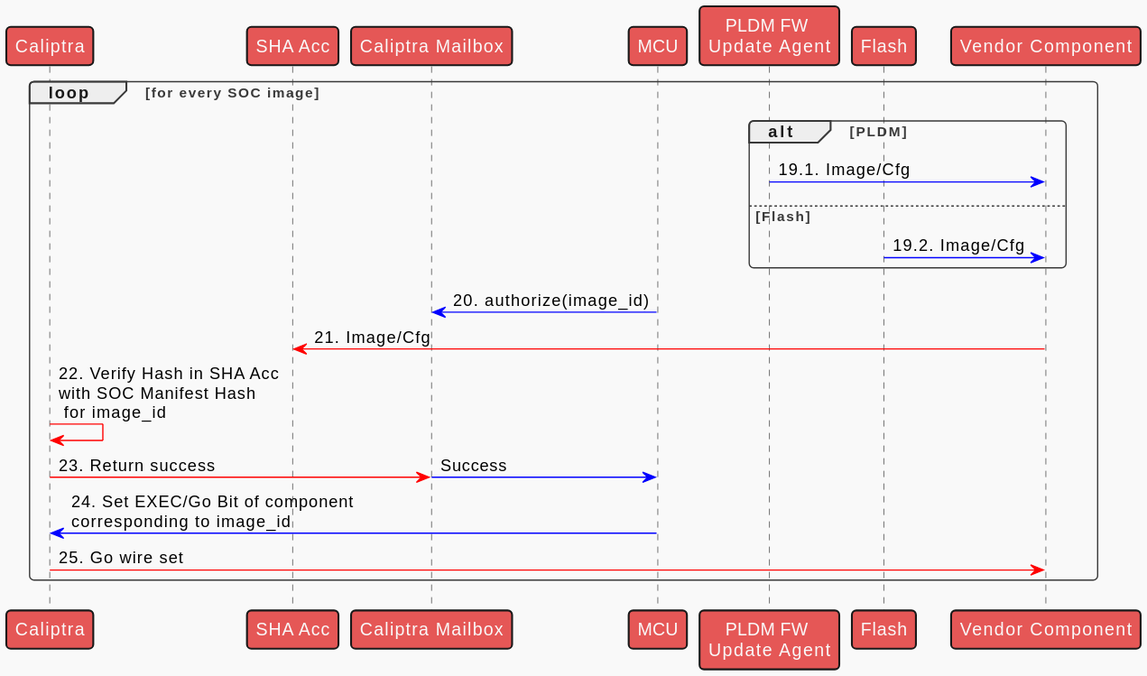
This is docs/src/images/image_loading_sequence_loop.svg from zhalvorsen/caliptra-mcu-sw, a PlantUML export, as it was before one commit. Source of this version:
```plantuml
@startuml
!theme mars
participant "Caliptra" as Caliptra
participant "SHA Acc" as SHA
participant "Caliptra Mailbox" as Mailbox
participant "MCU" as MCU


participant "PLDM FW \nUpdate Agent" as PLDM
participant "Flash" as Flash
participant "Vendor Component" as component



loop for every SOC image
alt PLDM
!pragma teoz true
PLDM-[#blue]>component: 19.1. Image/Cfg

else Flash
Flash-[#blue]>component: 19.2. Image/Cfg
end
MCU-[#blue]>Mailbox: 20. authorize(image_id)
component-[#red]>SHA: 21. Image/Cfg
Caliptra-[#red]>Caliptra: 22. Verify Hash in SHA Acc \nwith SOC Manifest Hash\n for image_id
!pragma teoz true
Caliptra-[#red]>Mailbox: 23. Return success
& Mailbox-[#blue]>MCU: Success
MCU-[#blue]>Caliptra: 24. Set EXEC/Go Bit of component\ncorresponding to image_id
Caliptra-[#red]>component: 25. Go wire set
end loop
@enduml
```
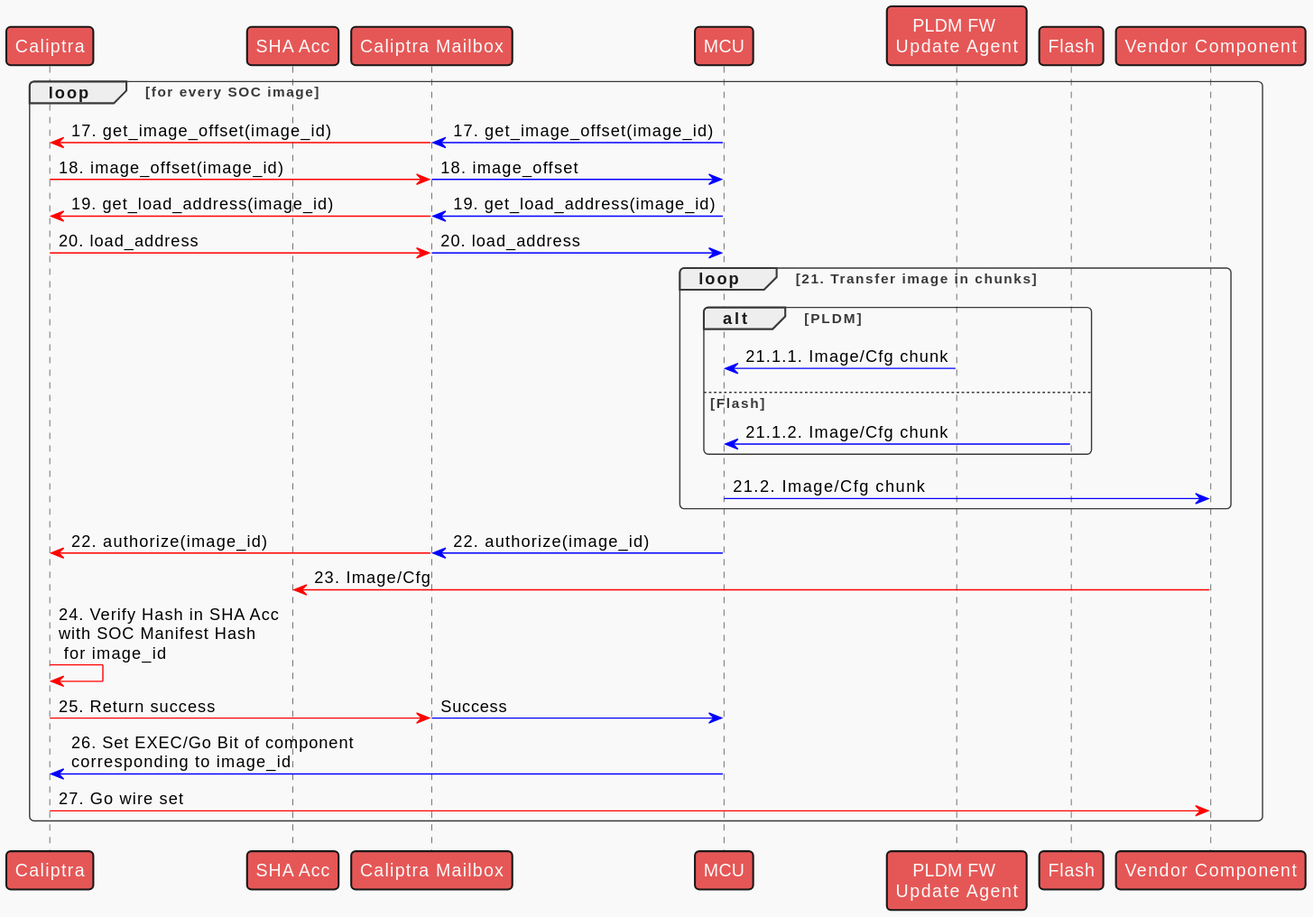
Above is the later version.

What changed in the source:
```diff
@@ -13,20 +13,36 @@
 
 
 loop for every SOC image
+
+MCU-[#blue]>Mailbox: 17. get_image_offset(image_id)
+& Mailbox-[#red]>Caliptra:  17. get_image_offset(image_id)
+
+Caliptra-[#red]>Mailbox: 18. image_offset(image_id)
+& Mailbox-[#blue]>MCU: 18. image_offset
+
+MCU-[#blue]>Mailbox: 19. get_load_address(image_id)
+& Mailbox-[#red]>Caliptra:  19. get_load_address(image_id)
+
+Caliptra-[#red]>Mailbox: 20. load_address
+& Mailbox-[#blue]>MCU: 20. load_address
+
+loop 21. Transfer image in chunks
 alt PLDM
 !pragma teoz true
-PLDM-[#blue]>component: 19.1. Image/Cfg
-
+PLDM-[#blue]>MCU: 21.1.1. Image/Cfg chunk
 else Flash
-Flash-[#blue]>component: 19.2. Image/Cfg
+Flash-[#blue]>MCU: 21.1.2. Image/Cfg chunk
 end
-MCU-[#blue]>Mailbox: 20. authorize(image_id)
-component-[#red]>SHA: 21. Image/Cfg
-Caliptra-[#red]>Caliptra: 22. Verify Hash in SHA Acc \nwith SOC Manifest Hash\n for image_id
+MCU-[#blue]>component: 21.2. Image/Cfg  chunk
+end loop
+MCU-[#blue]>Mailbox: 22. authorize(image_id)
+& Mailbox-[#red]>Caliptra: 22. authorize(image_id)
+component-[#red]>SHA: 23. Image/Cfg
+Caliptra-[#red]>Caliptra: 24. Verify Hash in SHA Acc \nwith SOC Manifest Hash\n for image_id
 !pragma teoz true
-Caliptra-[#red]>Mailbox: 23. Return success
+Caliptra-[#red]>Mailbox: 25. Return success
 & Mailbox-[#blue]>MCU: Success
-MCU-[#blue]>Caliptra: 24. Set EXEC/Go Bit of component\ncorresponding to image_id
-Caliptra-[#red]>component: 25. Go wire set
+MCU-[#blue]>Caliptra: 26. Set EXEC/Go Bit of component\ncorresponding to image_id
+Caliptra-[#red]>component: 27. Go wire set
 end loop
 @enduml
```
